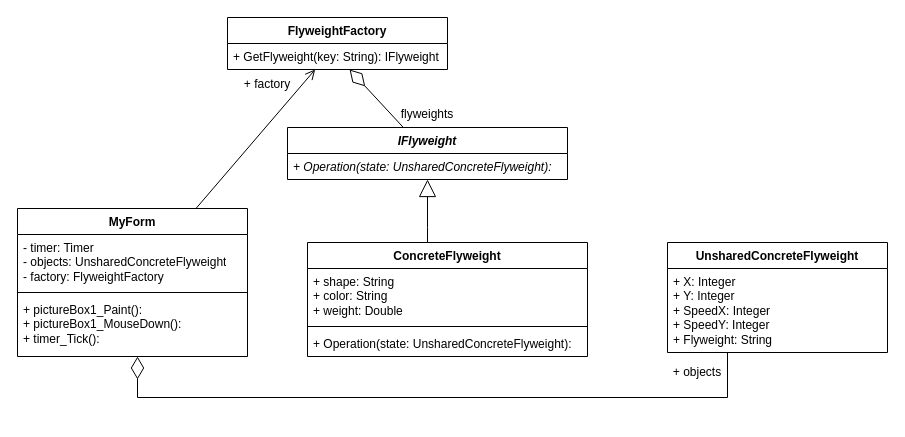
Above: lab02/SecondLab.drawio in UWU-Sharky/Shmakov_OOAP (draw.io), before the change. Source tidied: cells renumbered, new cells numbered last; positions are measured from the earlier drawing's top-left corner, leaving out a move shared by most shapes. Both pictures are drawn from the tidied source at 100%, with x=0, y=0 at pixel (17, 17).
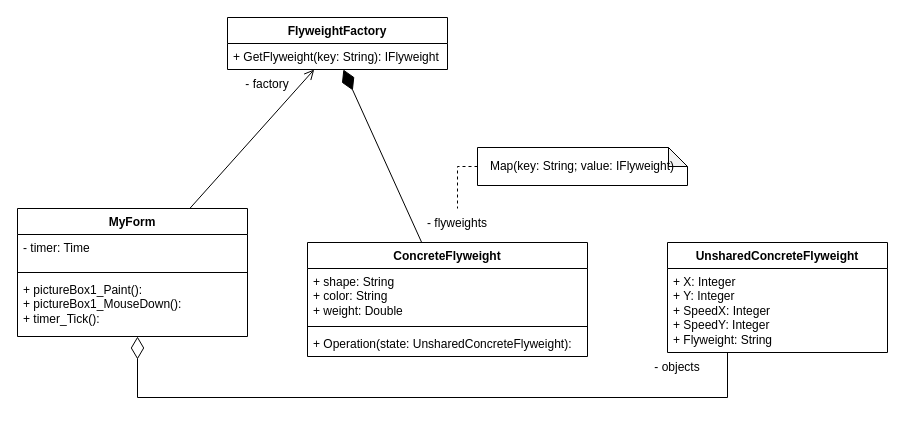
The same page after the edit.

Unchanged cells that the change refers to:
```xml
<mxCell id="4" value="+ GetFlyweight(key: String): IFlyweight" style="text;strokeColor=none;fillColor=none;align=left;verticalAlign=top;spacingLeft=4;spacingRight=4;overflow=hidden;points=[[0,0.5],[1,0.5]];portConstraint=eastwest;whiteSpace=wrap;html=1;" parent="3" vertex="1">
  <mxGeometry y="26" width="220" height="26" as="geometry" />
</mxCell>
<mxCell id="12" value="ConcreteFlyweight&lt;div&gt;&amp;nbsp;&lt;/div&gt;" style="swimlane;fontStyle=1;align=center;verticalAlign=top;horizontal=1;startSize=26;whiteSpace=wrap;html=1;" parent="1" vertex="1">
  <mxGeometry x="290" y="225" width="280" height="114" as="geometry" />
</mxCell>
```

What changed in the source:
```diff
@@
-    <mxCell id="5" style="rounded=0;jettySize=auto;html=1;endArrow=none;endFill=0;startArrow=diamondThin;startFill=0;startSize=20;" parent="1" edge="1" source="4" target="9">
+    <mxCell id="5" style="rounded=0;jettySize=auto;html=1;endArrow=none;endFill=0;startArrow=diamondThin;startFill=1;startSize=20;" parent="1" edge="1" source="4" target="12">
       <mxGeometry relative="1" as="geometry" />
     </mxCell>
-    <mxCell id="6" value="flyweights" style="text;html=1;whiteSpace=wrap;strokeColor=none;fillColor=none;align=center;verticalAlign=middle;rounded=0;" parent="1" vertex="1">
-      <mxGeometry x="380" y="82" width="60" height="30" as="geometry" />
-    </mxCell>
@@
-    <mxCell id="9" value="&lt;div&gt;&lt;i&gt;IFlyweight&lt;/i&gt;&lt;/div&gt;" style="swimlane;fontStyle=1;align=center;verticalAlign=top;horizontal=1;startSize=26;whiteSpace=wrap;html=1;" parent="1" vertex="1">
-      <mxGeometry x="270" y="110" width="280" height="52" as="geometry" />
-    </mxCell>
-    <mxCell id="10" value="&lt;i&gt;+ Operation(state:&amp;nbsp;&lt;span style=&quot;text-align: center;&quot;&gt;UnsharedConcreteFlyweight):&amp;nbsp;&lt;/span&gt;&lt;/i&gt;" style="text;strokeColor=none;fillColor=none;align=left;verticalAlign=top;spacingLeft=4;spacingRight=4;overflow=hidden;whiteSpace=wrap;html=1;" parent="9" vertex="1">
-      <mxGeometry y="26" width="280" height="26" as="geometry" />
-    </mxCell>
-    <mxCell id="11" style="edgeStyle=orthogonalEdgeStyle;rounded=0;jettySize=auto;html=1;endArrow=block;endFill=0;endSize=15;" parent="1" edge="1" source="12" target="9">
-      <mxGeometry relative="1" as="geometry">
-        <Array as="points">
-          <mxPoint x="410" y="210" />
-          <mxPoint x="410" y="210" />
-        </Array>
-      </mxGeometry>
-    </mxCell>
@@
     <mxCell id="17" value="MyForm" style="swimlane;fontStyle=1;align=center;verticalAlign=top;horizontal=1;startSize=26;whiteSpace=wrap;html=1;" parent="1" vertex="1">
-      <mxGeometry y="191" width="230" height="148" as="geometry" />
+      <mxGeometry y="191" width="230" height="128" as="geometry" />
     </mxCell>
-    <mxCell id="18" value="- timer: Timer&lt;div&gt;&lt;div&gt;- objects: UnsharedConcreteFlyweight&lt;/div&gt;&lt;/div&gt;&lt;div&gt;- factory: FlyweightFactory&lt;/div&gt;" style="text;strokeColor=none;fillColor=none;align=left;verticalAlign=top;spacingLeft=4;spacingRight=4;overflow=hidden;whiteSpace=wrap;html=1;" parent="17" vertex="1">
-      <mxGeometry y="26" width="230" height="54" as="geometry" />
+    <mxCell id="18" value="- timer: Time" style="text;align=left;verticalAlign=top;spacingLeft=4;spacingRight=4;overflow=hidden;whiteSpace=wrap;html=1;" parent="17" vertex="1">
+      <mxGeometry y="26" width="230" height="34" as="geometry" />
     </mxCell>
-    <mxCell id="19" style="line;strokeWidth=1;fillColor=none;align=left;verticalAlign=middle;spacingTop=-1;spacingLeft=3;spacingRight=3;labelPosition=right;strokeColor=inherit;" parent="17" vertex="1">
-      <mxGeometry y="80" width="230" height="8" as="geometry" />
+    <mxCell id="19" style="line;strokeWidth=1;align=left;verticalAlign=middle;spacingTop=-1;spacingLeft=3;spacingRight=3;labelPosition=right;" parent="17" vertex="1">
+      <mxGeometry y="60" width="230" height="8" as="geometry" />
     </mxCell>
-    <mxCell id="20" value="+ pictureBox1_Paint():&lt;div&gt;+ pictureBox1_MouseDown():&lt;/div&gt;&lt;div&gt;+ timer_Tick():&amp;nbsp;&lt;/div&gt;" style="text;strokeColor=none;fillColor=none;align=left;verticalAlign=top;spacingLeft=4;spacingRight=4;overflow=hidden;whiteSpace=wrap;html=1;" parent="17" vertex="1">
-      <mxGeometry y="88" width="230" height="60" as="geometry" />
+    <mxCell id="20" value="+ pictureBox1_Paint():&lt;div&gt;+ pictureBox1_MouseDown():&lt;/div&gt;&lt;div&gt;+ timer_Tick():&amp;nbsp;&lt;/div&gt;" style="text;align=left;verticalAlign=top;spacingLeft=4;spacingRight=4;overflow=hidden;whiteSpace=wrap;html=1;" parent="17" vertex="1">
+      <mxGeometry y="68" width="230" height="60" as="geometry" />
     </mxCell>
-    <mxCell id="21" value="+ factory" style="text;html=1;whiteSpace=wrap;strokeColor=none;fillColor=none;align=center;verticalAlign=middle;rounded=0;" parent="1" vertex="1">
+    <mxCell id="21" value="- factory" style="text;html=1;whiteSpace=wrap;strokeColor=none;fillColor=none;align=center;verticalAlign=middle;rounded=0;" parent="1" vertex="1">
       <mxGeometry x="220" y="52" width="60" height="30" as="geometry" />
     </mxCell>
-    <mxCell id="22" value="+ objects" style="text;html=1;whiteSpace=wrap;strokeColor=none;fillColor=none;align=center;verticalAlign=middle;rounded=0;" parent="1" vertex="1">
-      <mxGeometry x="650" y="340" width="60" height="30" as="geometry" />
+    <mxCell id="22" value="&lt;span style=&quot;background-color: transparent; color: light-dark(rgb(0, 0, 0), rgb(255, 255, 255));&quot;&gt;- objects&lt;/span&gt;" style="text;html=1;whiteSpace=wrap;strokeColor=none;fillColor=none;align=center;verticalAlign=middle;rounded=0;" parent="1" vertex="1">
+      <mxGeometry x="610" y="335" width="100" height="30" as="geometry" />
     </mxCell>
+    <mxCell id="23" value="- flyweights" style="text;html=1;whiteSpace=wrap;strokeColor=none;fillColor=none;align=center;verticalAlign=middle;rounded=0;" parent="1" vertex="1">
+      <mxGeometry x="400" y="191" width="80" height="30" as="geometry" />
+    </mxCell>
+    <mxCell id="24" style="edgeStyle=orthogonalEdgeStyle;rounded=0;jettySize=auto;html=1;dashed=1;endArrow=none;endFill=0;" parent="1" edge="1" source="25" target="23">
+      <mxGeometry relative="1" as="geometry">
+        <Array as="points">
+          <mxPoint x="440" y="149" />
+        </Array>
+      </mxGeometry>
+    </mxCell>
+    <mxCell id="25" value="Map(key: String; value: IFlyweight)" style="shape=note;whiteSpace=wrap;html=1;backgroundOutline=1;darkOpacity=0.05;size=19;" parent="1" vertex="1">
+      <mxGeometry x="460" y="130" width="210" height="38" as="geometry" />
+    </mxCell>
```
